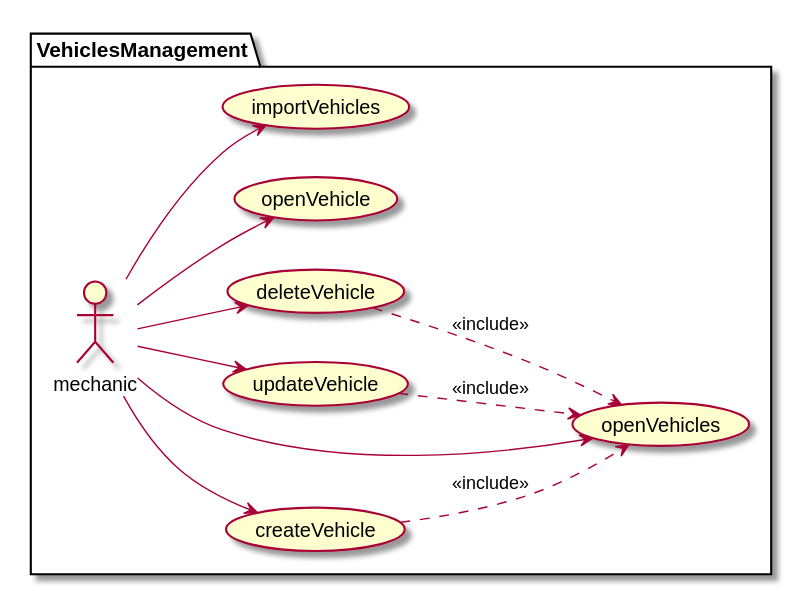
Ruskab/agrimManager keeps this PlantUML diagram as documentation/1usecasesview/usecases/svg/vehicleUsecases.svg. Above is the earlier version. Source of this version:
```plantuml
@startuml

left to right direction


package VehiclesManagement {
:mechanic: --> (createVehicle)
(createVehicle) ..> (openVehicles) :<<include>>
:mechanic: --> (updateVehicle)
(updateVehicle) ..> (openVehicles) : <<include>>
:mechanic: --> (deleteVehicle)
(deleteVehicle) ..> (openVehicles) : <<include>>
:mechanic: --> (openVehicle)
:mechanic: --> (importVehicles)
:mechanic: --> (openVehicles)
}

@enduml
```
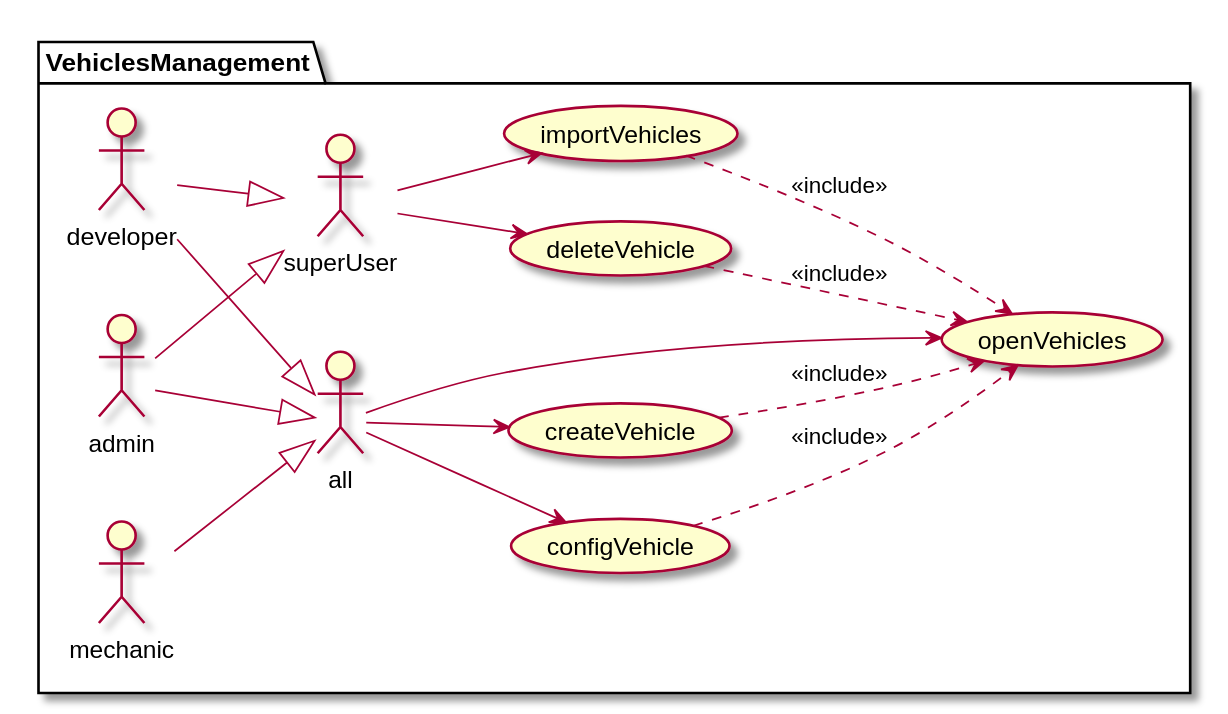
The same file after the commit.

The edit, as a diff of the source:
```diff
@@ -4,15 +4,23 @@
 
 
 package VehiclesManagement {
-:mechanic: --> (createVehicle)
+:mechanic: --|> :all:
+:admin: --|> :all:
+:developer: --|> :all:
+
+:admin: --|> :superUser:
+:developer: --|> :superUser:
+
+:all: --> (createVehicle)
 (createVehicle) ..> (openVehicles) :<<include>>
-:mechanic: --> (updateVehicle)
-(updateVehicle) ..> (openVehicles) : <<include>>
-:mechanic: --> (deleteVehicle)
+:all: --> (configVehicle)
+(configVehicle) ..> (openVehicles) : <<include>>
+:superUser: --> (deleteVehicle)
 (deleteVehicle) ..> (openVehicles) : <<include>>
-:mechanic: --> (openVehicle)
-:mechanic: --> (importVehicles)
-:mechanic: --> (openVehicles)
+:superUser: --> (importVehicles)
+:all: --> (openVehicles)
+(importVehicles) ..> (openVehicles) : <<include>>
+
 }
 
 @enduml
```
